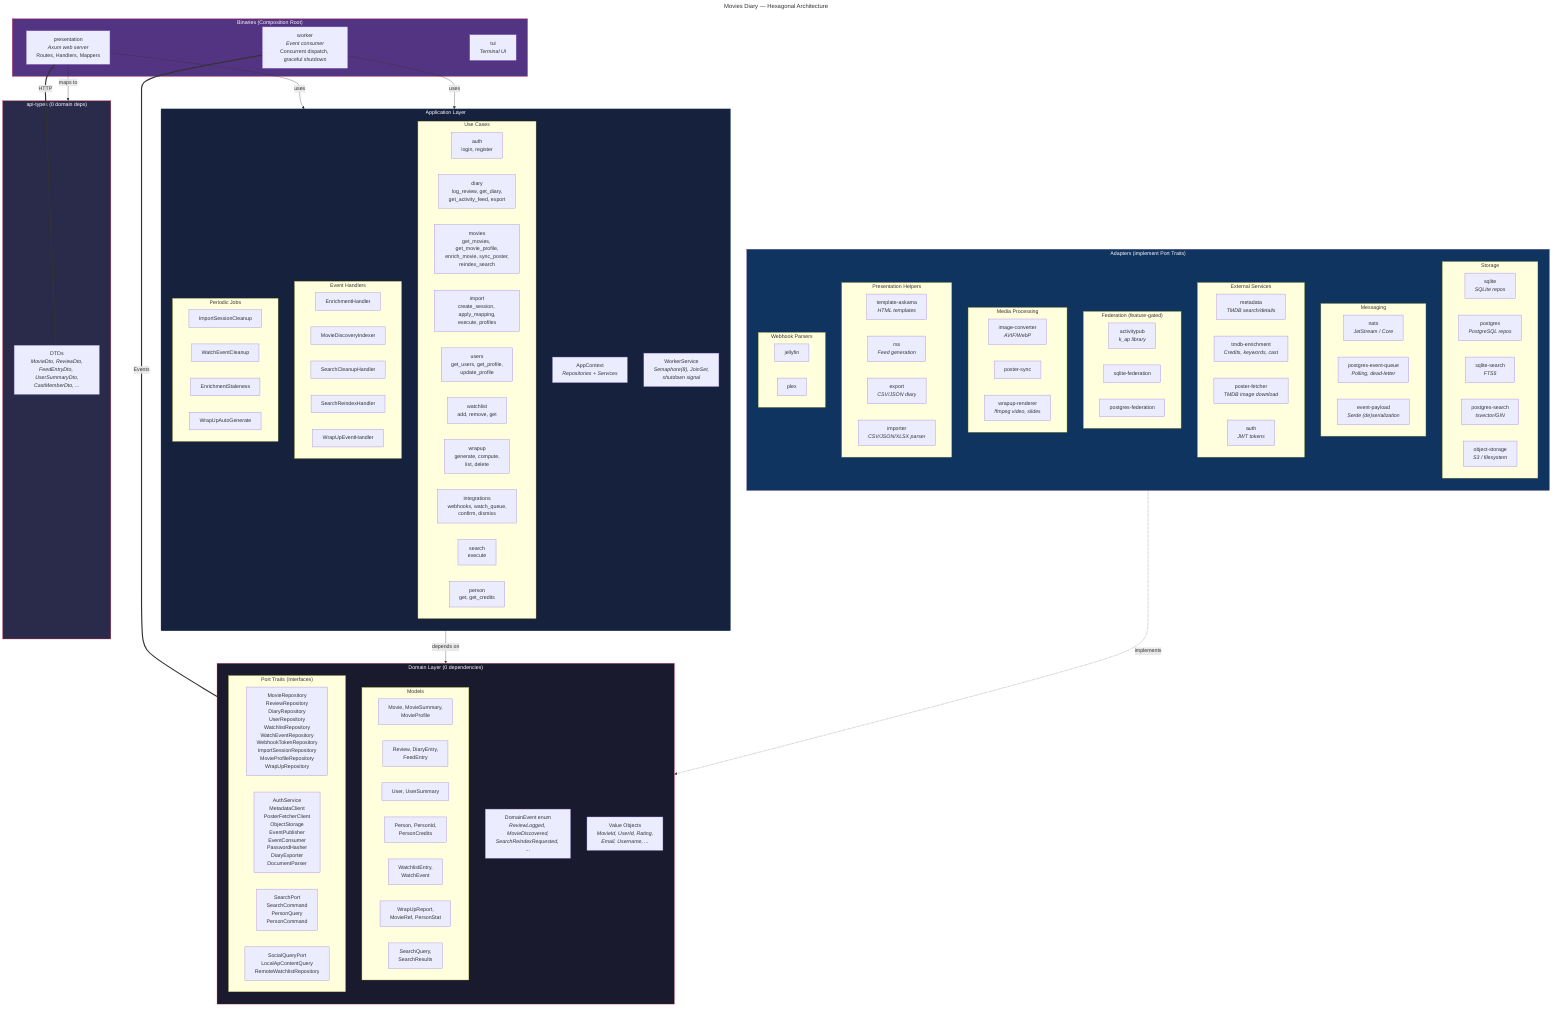
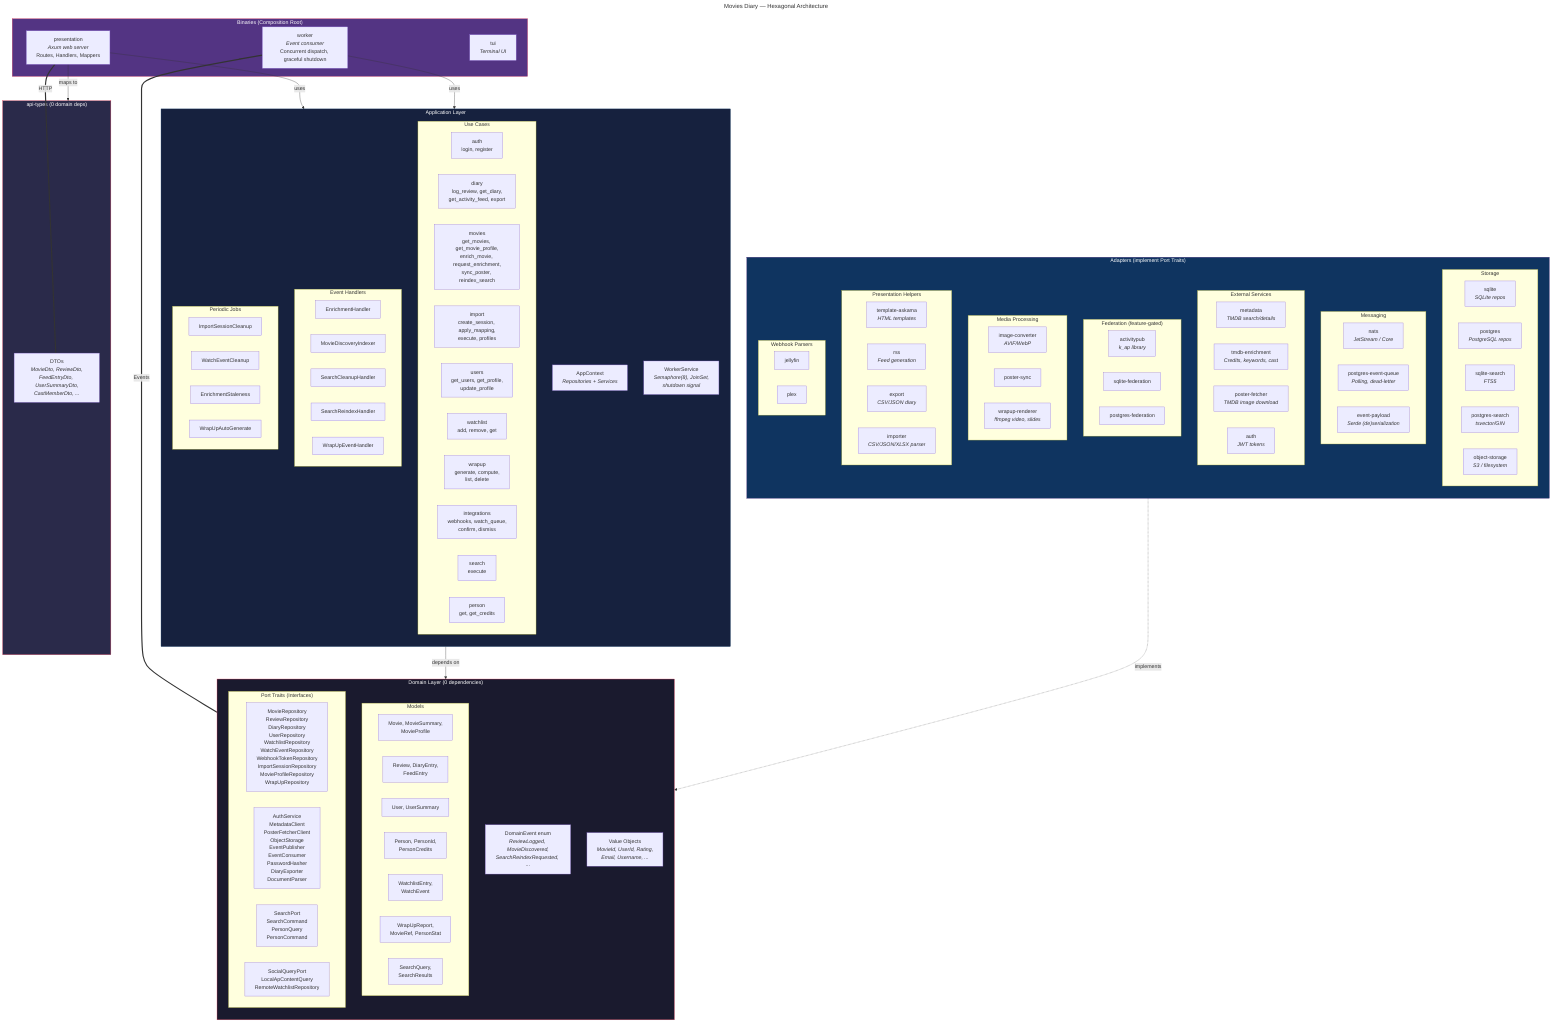
---
title: Movies Diary — Hexagonal Architecture
---
graph TB
    subgraph Binaries["Binaries (Composition Root)"]
        WEB["presentation<br/><i>Axum web server</i><br/>Routes, Handlers, Mappers"]
        WORKER["worker<br/><i>Event consumer</i><br/>Concurrent dispatch, graceful shutdown"]
        TUI["tui<br/><i>Terminal UI</i>"]
    end

    subgraph Application["Application Layer"]
        direction TB
        CTX["AppContext<br/><i>Repositories + Services</i>"]
        subgraph UseCases["Use Cases"]
            UC_AUTH["auth<br/>login, register"]
            UC_DIARY["diary<br/>log_review, get_diary,<br/>get_activity_feed, export"]
-             UC_MOVIES["movies<br/>get_movies, get_movie_profile,<br/>enrich_movie, sync_poster,<br/>reindex_search"]
+             UC_MOVIES["movies<br/>get_movies, get_movie_profile,<br/>enrich_movie, request_enrichment,<br/>sync_poster, reindex_search"]
            UC_IMPORT["import<br/>create_session, apply_mapping,<br/>execute, profiles"]
            UC_USERS["users<br/>get_users, get_profile,<br/>update_profile"]
            UC_WATCHLIST["watchlist<br/>add, remove, get"]
            UC_WRAPUP["wrapup<br/>generate, compute,<br/>list, delete"]
            UC_INTEGRATIONS["integrations<br/>webhooks, watch_queue,<br/>confirm, dismiss"]
            UC_SEARCH["search<br/>execute"]
            UC_PERSON["person<br/>get, get_credits"]
        end
        subgraph EventHandlers["Event Handlers"]
            EH_ENRICH["EnrichmentHandler"]
            EH_DISCOVER["MovieDiscoveryIndexer"]
            EH_CLEANUP["SearchCleanupHandler"]
            EH_REINDEX["SearchReindexHandler"]
            EH_WRAPUP["WrapUpEventHandler"]
        end
        subgraph Jobs["Periodic Jobs"]
            JOB_IMPORT["ImportSessionCleanup"]
            JOB_WATCH["WatchEventCleanup"]
            JOB_STALE["EnrichmentStaleness"]
            JOB_WRAPGEN["WrapUpAutoGenerate"]
        end
        WORKER_SVC["WorkerService<br/><i>Semaphore(8), JoinSet,<br/>shutdown signal</i>"]
    end

    subgraph Domain["Domain Layer (0 dependencies)"]
        direction TB
        subgraph Models["Models"]
            M_MOVIE["Movie, MovieSummary,<br/>MovieProfile"]
            M_REVIEW["Review, DiaryEntry,<br/>FeedEntry"]
            M_USER["User, UserSummary"]
            M_PERSON["Person, PersonId,<br/>PersonCredits"]
            M_WATCHLIST["WatchlistEntry,<br/>WatchEvent"]
            M_WRAPUP["WrapUpReport,<br/>MovieRef, PersonStat"]
            M_SEARCH["SearchQuery,<br/>SearchResults"]
        end
        subgraph Ports["Port Traits (Interfaces)"]
            P_REPOS["MovieRepository<br/>ReviewRepository<br/>DiaryRepository<br/>UserRepository<br/>WatchlistRepository<br/>WatchEventRepository<br/>WebhookTokenRepository<br/>ImportSessionRepository<br/>MovieProfileRepository<br/>WrapUpRepository"]
            P_SERVICES["AuthService<br/>MetadataClient<br/>PosterFetcherClient<br/>ObjectStorage<br/>EventPublisher<br/>EventConsumer<br/>PasswordHasher<br/>DiaryExporter<br/>DocumentParser"]
            P_SEARCH["SearchPort<br/>SearchCommand<br/>PersonQuery<br/>PersonCommand"]
            P_FEDERATION["SocialQueryPort<br/>LocalApContentQuery<br/>RemoteWatchlistRepository"]
        end
        EVENTS["DomainEvent enum<br/><i>ReviewLogged, MovieDiscovered,<br/>SearchReindexRequested, ...</i>"]
        VO["Value Objects<br/><i>MovieId, UserId, Rating,<br/>Email, Username, ...</i>"]
    end

    subgraph ApiTypes["api-types (0 domain deps)"]
        DTO["DTOs<br/><i>MovieDto, ReviewDto,<br/>FeedEntryDto, UserSummaryDto,<br/>CastMemberDto, ...</i>"]
    end

    subgraph Adapters["Adapters (implement Port Traits)"]
        direction TB
        subgraph Storage["Storage"]
            A_SQLITE["sqlite<br/><i>SQLite repos</i>"]
            A_PG["postgres<br/><i>PostgreSQL repos</i>"]
            A_SQLITE_SEARCH["sqlite-search<br/><i>FTS5</i>"]
            A_PG_SEARCH["postgres-search<br/><i>tsvector/GIN</i>"]
            A_OBJ["object-storage<br/><i>S3 / filesystem</i>"]
        end
        subgraph Messaging["Messaging"]
            A_NATS["nats<br/><i>JetStream / Core</i>"]
            A_PG_QUEUE["postgres-event-queue<br/><i>Polling, dead-letter</i>"]
            A_PAYLOAD["event-payload<br/><i>Serde (de)serialization</i>"]
        end
        subgraph External["External Services"]
            A_METADATA["metadata<br/><i>TMDB search/details</i>"]
            A_TMDB["tmdb-enrichment<br/><i>Credits, keywords, cast</i>"]
            A_POSTER["poster-fetcher<br/><i>TMDB image download</i>"]
            A_AUTH["auth<br/><i>JWT tokens</i>"]
        end
        subgraph Federation["Federation (feature-gated)"]
            A_AP["activitypub<br/><i>k_ap library</i>"]
            A_SQLITE_FED["sqlite-federation"]
            A_PG_FED["postgres-federation"]
        end
        subgraph Media["Media Processing"]
            A_IMG["image-converter<br/><i>AVIF/WebP</i>"]
            A_POSTER_SYNC["poster-sync"]
            A_WRAPUP_RENDER["wrapup-renderer<br/><i>ffmpeg video, slides</i>"]
        end
        subgraph Presentation["Presentation Helpers"]
            A_TEMPLATE["template-askama<br/><i>HTML templates</i>"]
            A_RSS["rss<br/><i>Feed generation</i>"]
            A_EXPORT["export<br/><i>CSV/JSON diary</i>"]
            A_IMPORT["importer<br/><i>CSV/JSON/XLSX parser</i>"]
        end
        subgraph Webhooks["Webhook Parsers"]
            A_JELLYFIN["jellyfin"]
            A_PLEX["plex"]
        end
    end

    %% Dependency arrows
    WEB -->|"uses"| Application
    WEB -->|"maps to"| ApiTypes
    WORKER -->|"uses"| Application

    Application -->|"depends on"| Domain

    Adapters -.->|"implements"| Ports

    %% Key data flows
    WEB ===|"HTTP"| DTO
    WORKER ===|"Events"| EVENTS

    classDef domain fill:#1a1a2e,stroke:#e94560,color:#fff
    classDef app fill:#16213e,stroke:#0f3460,color:#fff
    classDef adapter fill:#0f3460,stroke:#533483,color:#fff
    classDef binary fill:#533483,stroke:#e94560,color:#fff
    classDef api fill:#2a2a4a,stroke:#e94560,color:#fff

    class Domain domain
    class Application app
    class Adapters adapter
    class Binaries binary
    class ApiTypes api
